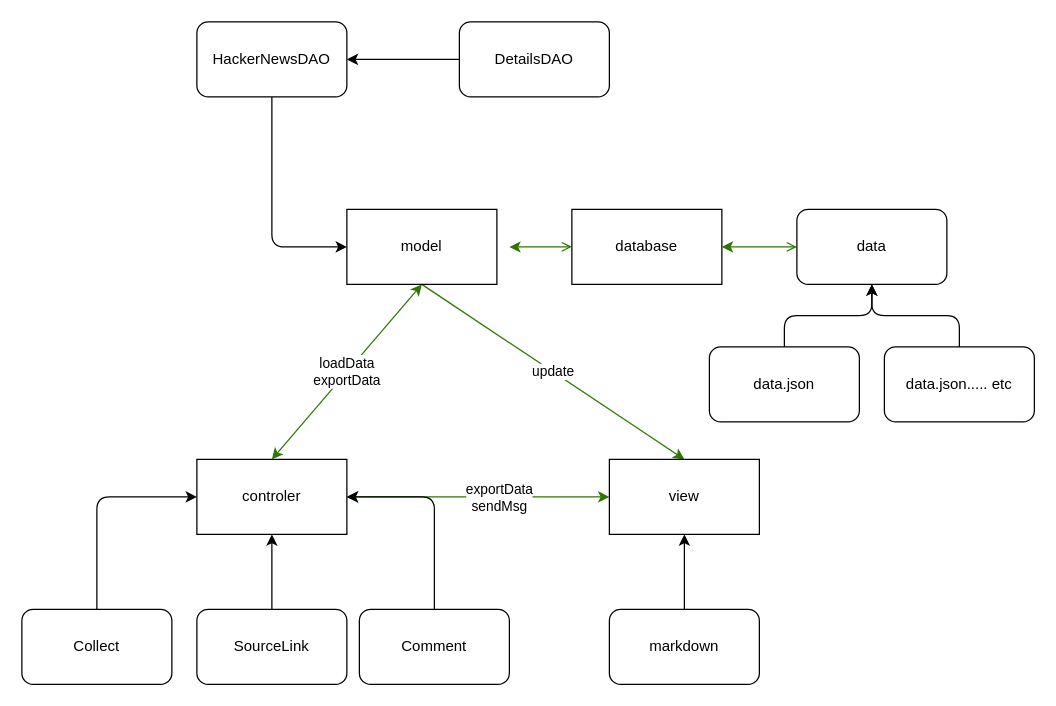
tower-town/Koala-Hacker-News keeps this draw.io diagram as docs/overview.drawio. Above is the earlier version. Source tidied: cells renumbered, new cells numbered last; positions are measured from the earlier drawing's top-left corner, leaving out a move shared by most shapes. Both pictures are drawn from the tidied source at 125%, with x=0, y=0 at pixel (21, 21).
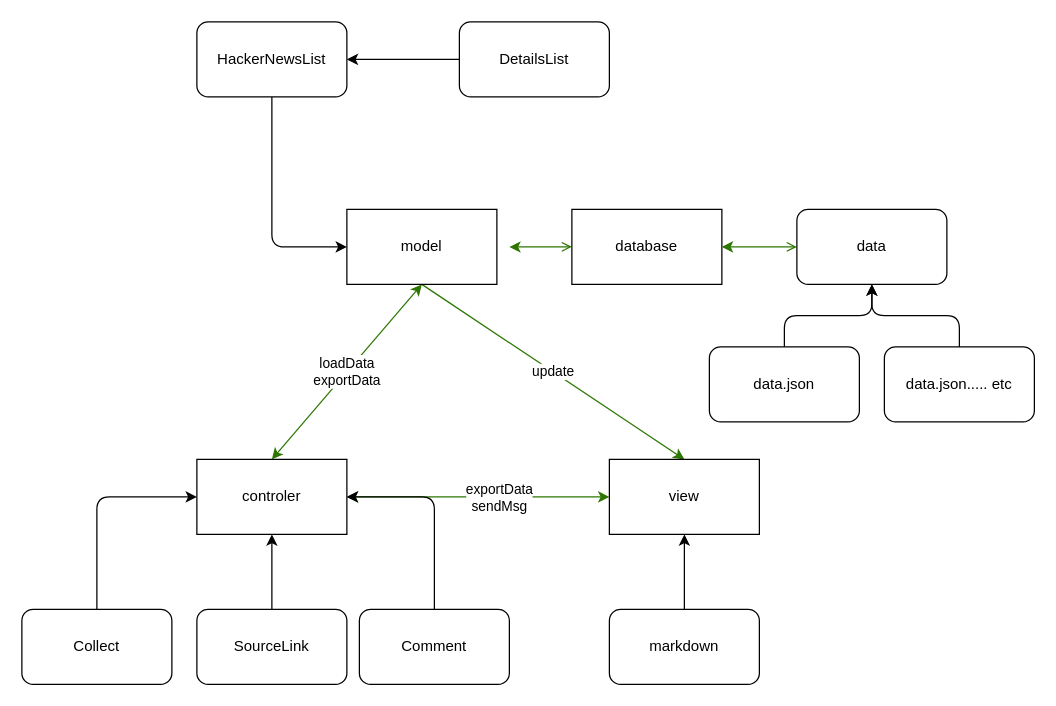
The same page after the edit.

Change to the diagram source:
```diff
@@
-    <mxCell id="10" value="HackerNewsDAO" style="rounded=1;whiteSpace=wrap;html=1;" parent="1" vertex="1">
+    <mxCell id="10" value="HackerNewsList" style="rounded=1;whiteSpace=wrap;html=1;" parent="1" vertex="1">
       <mxGeometry x="140" width="120" height="60" as="geometry" />
     </mxCell>
@@
-    <mxCell id="12" value="DetailsDAO" style="rounded=1;whiteSpace=wrap;html=1;" parent="1" vertex="1">
+    <mxCell id="12" value="DetailsList" style="rounded=1;whiteSpace=wrap;html=1;" parent="1" vertex="1">
       <mxGeometry x="350" width="120" height="60" as="geometry" />
     </mxCell>
```
